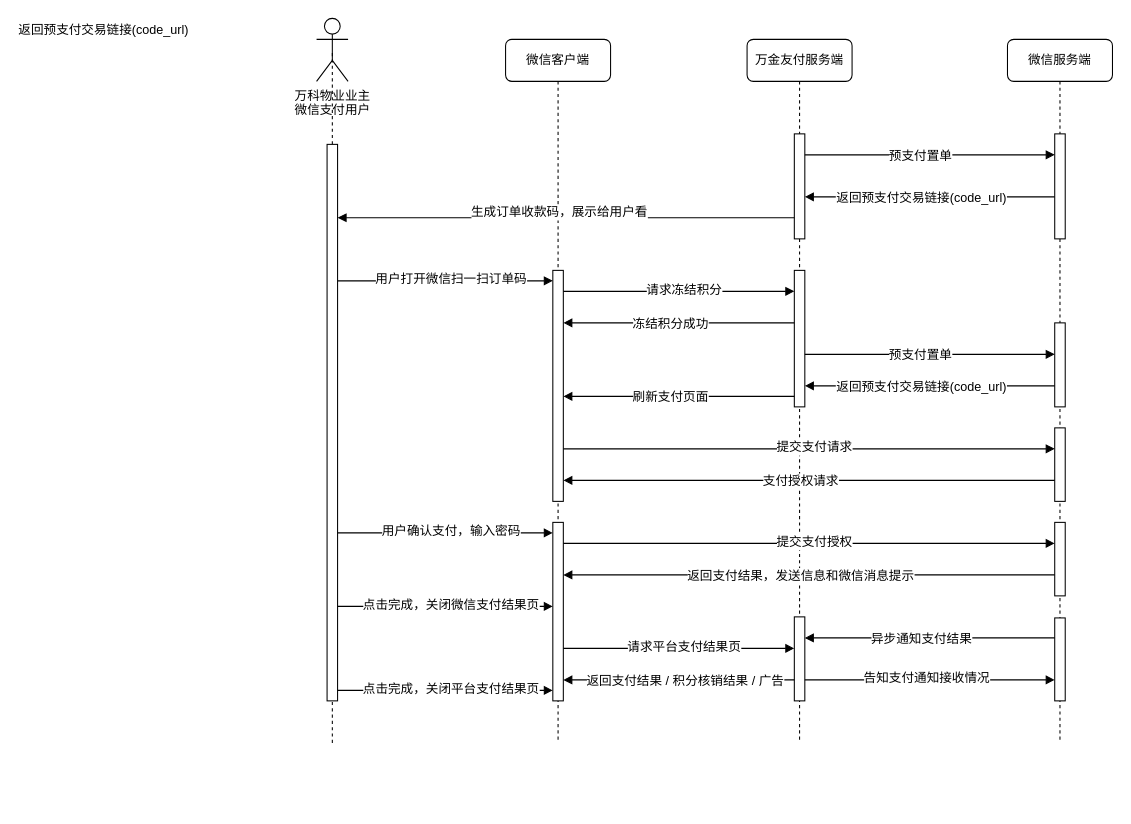
Before: page "场景4-万金友会员物业支付" (4 of 5) of Untitled Diagram.drawio in firefirefirewood/Hello-World, a draw.io diagram. Source tidied: cells renumbered, new cells numbered last; positions are measured from the earlier drawing's top-left corner, leaving out a move shared by most shapes. Both pictures are drawn from the tidied source at 105%, with x=0, y=0 at pixel (316, 18).
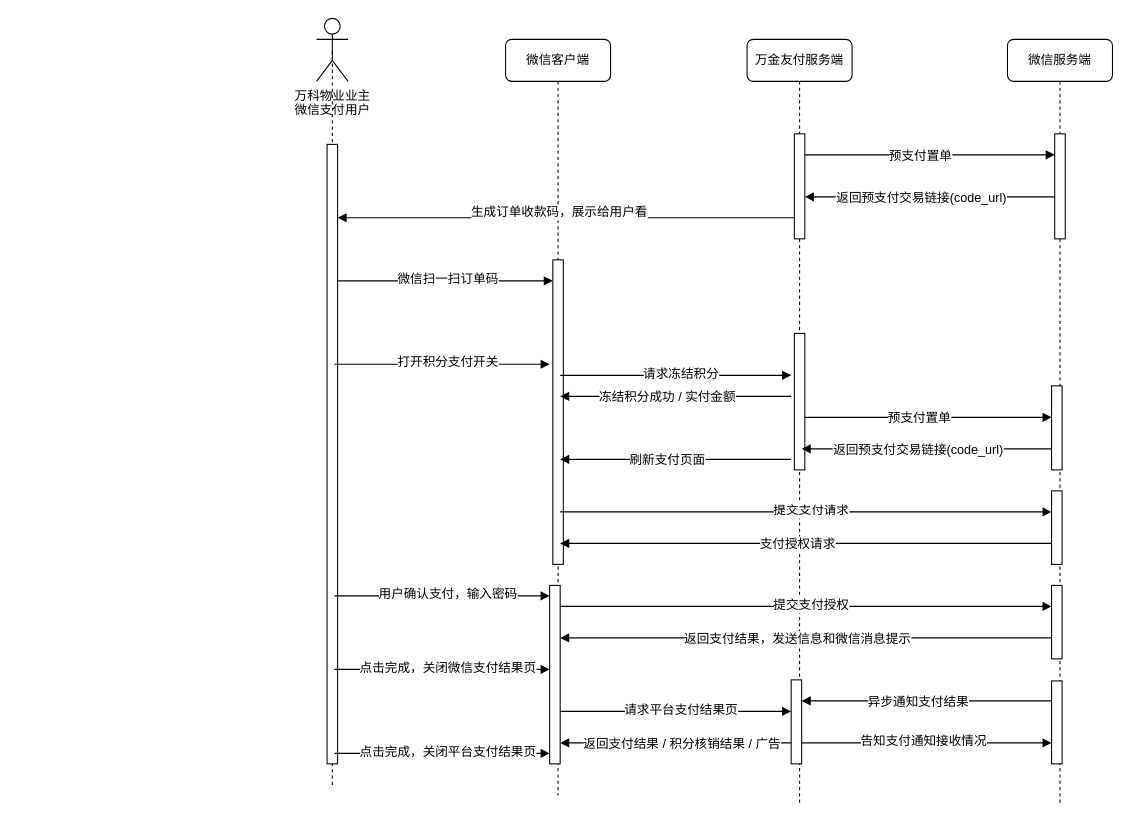
Above is the later version.

Unchanged cells that the change refers to:
```xml
<mxCell id="18" value="万科物业业主&lt;br&gt;微信支付用户" style="shape=umlActor;verticalLabelPosition=bottom;labelBackgroundColor=#ffffff;verticalAlign=top;html=1;outlineConnect=0;" parent="1" vertex="1">
  <mxGeometry width="30" height="60" as="geometry" />
</mxCell>
```

The edit, as a diff of the source:
```diff
@@
     <mxCell id="2" value="万金友付服务端" style="shape=umlLifeline;perimeter=lifelinePerimeter;whiteSpace=wrap;html=1;rounded=1;shadow=0;comic=0;labelBackgroundColor=none;strokeWidth=1;fontFamily=Verdana;fontSize=12;align=center;" parent="1" vertex="1">
-      <mxGeometry x="410" y="20" width="100" height="670" as="geometry" />
+      <mxGeometry x="410" y="20" width="100" height="730" as="geometry" />
     </mxCell>
@@
     <mxCell id="4" style="html=1;points=[];perimeter=orthogonalPerimeter;rounded=0;shadow=0;comic=0;labelBackgroundColor=none;strokeWidth=1;fontFamily=Verdana;fontSize=12;align=center;" parent="2" vertex="1">
-      <mxGeometry x="45" y="220" width="10" height="130" as="geometry" />
+      <mxGeometry x="45" y="280" width="10" height="130" as="geometry" />
     </mxCell>
     <mxCell id="5" style="html=1;perimeter=orthogonalPerimeter;rounded=0;shadow=0;comic=0;labelBackgroundColor=none;strokeWidth=1;fontFamily=Verdana;fontSize=12;align=center;" parent="2" vertex="1">
-      <mxGeometry x="45" y="550" width="10" height="80" as="geometry" />
+      <mxGeometry x="42" y="610" width="10" height="80" as="geometry" />
     </mxCell>
     <mxCell id="6" value="微信服务端" style="shape=umlLifeline;perimeter=lifelinePerimeter;whiteSpace=wrap;html=1;rounded=1;shadow=0;comic=0;labelBackgroundColor=none;strokeWidth=1;fontFamily=Verdana;fontSize=12;align=center;" parent="1" vertex="1">
-      <mxGeometry x="658" y="20" width="100" height="670" as="geometry" />
+      <mxGeometry x="658" y="20" width="100" height="730" as="geometry" />
     </mxCell>
@@
     <mxCell id="8" style="html=1;points=[];perimeter=orthogonalPerimeter;rounded=0;shadow=0;comic=0;labelBackgroundColor=none;strokeWidth=1;fontFamily=Verdana;fontSize=12;align=center;" parent="6" vertex="1">
-      <mxGeometry x="45" y="370" width="10" height="70" as="geometry" />
+      <mxGeometry x="42" y="430" width="10" height="70" as="geometry" />
     </mxCell>
     <mxCell id="9" style="html=1;perimeter=orthogonalPerimeter;rounded=0;shadow=0;comic=0;labelBackgroundColor=none;strokeWidth=1;fontFamily=Verdana;fontSize=12;align=center;" parent="6" vertex="1">
-      <mxGeometry x="45" y="460" width="10" height="70" as="geometry" />
+      <mxGeometry x="42" y="520" width="10" height="70" as="geometry" />
     </mxCell>
     <mxCell id="10" style="html=1;perimeter=orthogonalPerimeter;rounded=0;shadow=0;comic=0;labelBackgroundColor=none;strokeWidth=1;fontFamily=Verdana;fontSize=12;align=center;" parent="6" vertex="1">
-      <mxGeometry x="45" y="551" width="10" height="79" as="geometry" />
+      <mxGeometry x="42" y="611" width="10" height="79" as="geometry" />
     </mxCell>
     <mxCell id="11" value="微信客户端" style="shape=umlLifeline;perimeter=lifelinePerimeter;whiteSpace=wrap;html=1;rounded=1;shadow=0;comic=0;labelBackgroundColor=none;strokeWidth=1;fontFamily=Verdana;fontSize=12;align=center;" parent="1" vertex="1">
-      <mxGeometry x="180" y="20" width="100" height="670" as="geometry" />
+      <mxGeometry x="180" y="20" width="100" height="720" as="geometry" />
     </mxCell>
+    <mxCell id="13" style="html=1;perimeter=orthogonalPerimeter;rounded=0;shadow=0;comic=0;labelBackgroundColor=none;strokeWidth=1;fontFamily=Verdana;fontSize=12;align=center;" parent="11" vertex="1">
+      <mxGeometry x="42" y="520" width="10" height="170" as="geometry" />
+    </mxCell>
     <mxCell id="12" style="html=1;points=[];perimeter=orthogonalPerimeter;rounded=0;shadow=0;comic=0;labelBackgroundColor=none;strokeWidth=1;fontFamily=Verdana;fontSize=12;align=center;" parent="11" vertex="1">
-      <mxGeometry x="45" y="220" width="10" height="220" as="geometry" />
+      <mxGeometry x="45" y="210" width="10" height="290" as="geometry" />
     </mxCell>
-    <mxCell id="13" style="html=1;perimeter=orthogonalPerimeter;rounded=0;shadow=0;comic=0;labelBackgroundColor=none;strokeWidth=1;fontFamily=Verdana;fontSize=12;align=center;" parent="11" vertex="1">
-      <mxGeometry x="45" y="460" width="10" height="170" as="geometry" />
-    </mxCell>
     <mxCell id="14" style="html=1;verticalAlign=bottom;endArrow=block;labelBackgroundColor=none;fontFamily=Verdana;fontSize=12;elbow=vertical;" parent="1" edge="1" target="12">
       <mxGeometry relative="1" as="geometry">
-        <mxPoint x="20" y="250" as="sourcePoint" />
-        <Array as="points">
-          <mxPoint x="200" y="250" />
-        </Array>
+        <mxPoint x="15" y="250" as="sourcePoint" />
       </mxGeometry>
     </mxCell>
-    <mxCell id="15" value="用户打开微信扫一扫订单码" style="text;html=1;align=center;verticalAlign=middle;labelBackgroundColor=#ffffff;" parent="14" vertex="1">
+    <mxCell id="15" value="微信扫一扫订单码" style="text;html=1;align=center;verticalAlign=middle;labelBackgroundColor=#ffffff;" parent="14" vertex="1">
       <mxGeometry y="-10" relative="1" as="geometry">
         <mxPoint x="4.5" y="-12" as="offset" />
       </mxGeometry>
     </mxCell>
@@
     <mxCell id="19" style="endArrow=none;dashed=1;html=1;strokeColor=#000000;entryX=0.5;entryY=0.5;entryDx=0;entryDy=0;entryPerimeter=0;" parent="1" edge="1" target="18">
       <mxGeometry relative="1" as="geometry">
-        <mxPoint x="15" y="690" as="sourcePoint" />
+        <mxPoint x="15" y="730" as="sourcePoint" />
       </mxGeometry>
     </mxCell>
     <mxCell id="20" style="html=1;perimeter=orthogonalPerimeter;rounded=0;shadow=0;comic=0;labelBackgroundColor=none;strokeWidth=1;fontFamily=Verdana;fontSize=12;align=center;" parent="1" vertex="1">
-      <mxGeometry x="10" y="120" width="10" height="530" as="geometry" />
+      <mxGeometry x="10" y="120" width="10" height="590" as="geometry" />
     </mxCell>
@@
-    <mxCell id="25" style="html=1;verticalAlign=bottom;endArrow=block;labelBackgroundColor=none;fontFamily=Verdana;fontSize=12;elbow=vertical;" parent="1" edge="1" source="12" target="4">
+    <mxCell id="25" style="html=1;verticalAlign=bottom;endArrow=block;labelBackgroundColor=none;fontFamily=Verdana;fontSize=12;elbow=vertical;" parent="1" edge="1">
       <mxGeometry relative="1" as="geometry">
+        <mxPoint x="232" y="340" as="sourcePoint" />
+        <mxPoint x="452" y="340" as="targetPoint" />
         <Array as="points">
-          <mxPoint x="430" y="260" />
+          <mxPoint x="427" y="340" />
         </Array>
       </mxGeometry>
     </mxCell>
@@
     <mxCell id="27" style="html=1;verticalAlign=bottom;endArrow=block;labelBackgroundColor=none;fontFamily=Verdana;fontSize=12;elbow=vertical;" parent="1" edge="1">
       <mxGeometry relative="1" as="geometry">
-        <mxPoint x="455" y="290" as="sourcePoint" />
-        <mxPoint x="235" y="290" as="targetPoint" />
+        <mxPoint x="452" y="360" as="sourcePoint" />
+        <mxPoint x="232" y="360" as="targetPoint" />
       </mxGeometry>
     </mxCell>
-    <mxCell id="28" value="冻结积分成功" style="text;html=1;align=center;verticalAlign=middle;labelBackgroundColor=#ffffff;" parent="27" vertex="1">
+    <mxCell id="28" value="冻结积分成功 /&amp;nbsp;实付金额" style="text;html=1;align=center;verticalAlign=middle;labelBackgroundColor=#ffffff;" parent="27" vertex="1">
       <mxGeometry y="-10" relative="1" as="geometry">
         <mxPoint x="-9" y="10" as="offset" />
       </mxGeometry>
     </mxCell>
     <mxCell id="29" style="html=1;points=[];perimeter=orthogonalPerimeter;rounded=0;shadow=0;comic=0;labelBackgroundColor=none;strokeWidth=1;fontFamily=Verdana;fontSize=12;align=center;" parent="1" vertex="1">
-      <mxGeometry x="703" y="290" width="10" height="80" as="geometry" />
+      <mxGeometry x="700" y="350" width="10" height="80" as="geometry" />
     </mxCell>
     <mxCell id="30" style="html=1;verticalAlign=bottom;endArrow=block;labelBackgroundColor=none;fontFamily=Verdana;fontSize=12;elbow=vertical;" parent="1" edge="1" source="4" target="29">
       <mxGeometry relative="1" as="geometry">
         <Array as="points">
-          <mxPoint x="640" y="320" />
+          <mxPoint x="637" y="380" />
         </Array>
       </mxGeometry>
     </mxCell>
@@
     <mxCell id="32" style="html=1;verticalAlign=bottom;endArrow=block;labelBackgroundColor=none;fontFamily=Verdana;fontSize=12;elbow=vertical;" parent="1" edge="1">
       <mxGeometry relative="1" as="geometry">
-        <mxPoint x="703" y="350" as="sourcePoint" />
-        <mxPoint x="465" y="350" as="targetPoint" />
+        <mxPoint x="700" y="410" as="sourcePoint" />
+        <mxPoint x="462" y="410" as="targetPoint" />
       </mxGeometry>
     </mxCell>
@@
     <mxCell id="34" style="html=1;verticalAlign=bottom;endArrow=block;labelBackgroundColor=none;fontFamily=Verdana;fontSize=12;elbow=vertical;" parent="1" edge="1" target="8">
       <mxGeometry relative="1" as="geometry">
-        <mxPoint x="235" y="410" as="sourcePoint" />
+        <mxPoint x="232" y="470" as="sourcePoint" />
       </mxGeometry>
     </mxCell>
@@
     <mxCell id="36" style="html=1;verticalAlign=bottom;endArrow=block;labelBackgroundColor=none;fontFamily=Verdana;fontSize=12;elbow=vertical;" parent="1" edge="1">
       <mxGeometry relative="1" as="geometry">
-        <mxPoint x="703" y="440" as="sourcePoint" />
-        <mxPoint x="235" y="440" as="targetPoint" />
+        <mxPoint x="700" y="500" as="sourcePoint" />
+        <mxPoint x="232" y="500" as="targetPoint" />
       </mxGeometry>
     </mxCell>
@@
     <mxCell id="38" style="html=1;verticalAlign=bottom;endArrow=block;labelBackgroundColor=none;fontFamily=Verdana;fontSize=12;elbow=vertical;" parent="1" edge="1">
       <mxGeometry relative="1" as="geometry">
-        <mxPoint x="20" y="490" as="sourcePoint" />
-        <mxPoint x="225" y="490" as="targetPoint" />
+        <mxPoint x="17" y="550" as="sourcePoint" />
+        <mxPoint x="222" y="550" as="targetPoint" />
       </mxGeometry>
     </mxCell>
@@
-    <mxCell id="40" value="返回预支付交易链接(code_url)" style="text;html=1;align=center;verticalAlign=middle;labelBackgroundColor=#ffffff;" parent="1" vertex="1">
-      <mxGeometry y="-10" relative="1" as="geometry">
-        <mxPoint x="-203.5" y="10" as="offset" />
-      </mxGeometry>
-    </mxCell>
     <mxCell id="41" style="html=1;verticalAlign=bottom;endArrow=block;labelBackgroundColor=none;fontFamily=Verdana;fontSize=12;elbow=vertical;" parent="1" edge="1">
       <mxGeometry relative="1" as="geometry">
-        <mxPoint x="455" y="360" as="sourcePoint" />
-        <mxPoint x="235" y="360" as="targetPoint" />
+        <mxPoint x="452" y="420" as="sourcePoint" />
+        <mxPoint x="232" y="420" as="targetPoint" />
       </mxGeometry>
     </mxCell>
@@
     <mxCell id="43" style="html=1;verticalAlign=bottom;endArrow=block;labelBackgroundColor=none;fontFamily=Verdana;fontSize=12;elbow=vertical;" parent="1" edge="1">
       <mxGeometry relative="1" as="geometry">
-        <mxPoint x="235" y="500" as="sourcePoint" />
-        <mxPoint x="703" y="500" as="targetPoint" />
+        <mxPoint x="232" y="560" as="sourcePoint" />
+        <mxPoint x="700" y="560" as="targetPoint" />
       </mxGeometry>
     </mxCell>
@@
     <mxCell id="45" style="html=1;verticalAlign=bottom;endArrow=block;labelBackgroundColor=none;fontFamily=Verdana;fontSize=12;elbow=vertical;" parent="1" edge="1">
       <mxGeometry relative="1" as="geometry">
-        <mxPoint x="703" y="530" as="sourcePoint" />
-        <mxPoint x="235" y="530" as="targetPoint" />
+        <mxPoint x="700" y="590" as="sourcePoint" />
+        <mxPoint x="232" y="590" as="targetPoint" />
       </mxGeometry>
     </mxCell>
@@
     <mxCell id="47" style="html=1;verticalAlign=bottom;endArrow=block;labelBackgroundColor=none;fontFamily=Verdana;fontSize=12;elbow=vertical;" parent="1" edge="1">
       <mxGeometry relative="1" as="geometry">
-        <mxPoint x="465" y="630" as="sourcePoint" />
-        <mxPoint x="703" y="630" as="targetPoint" />
+        <mxPoint x="462" y="690" as="sourcePoint" />
+        <mxPoint x="700" y="690" as="targetPoint" />
         <Array as="points">
-          <mxPoint x="640" y="630" />
+          <mxPoint x="637" y="690" />
         </Array>
       </mxGeometry>
     </mxCell>
@@
     <mxCell id="49" style="html=1;verticalAlign=bottom;endArrow=block;labelBackgroundColor=none;fontFamily=Verdana;fontSize=12;elbow=vertical;" parent="1" edge="1">
       <mxGeometry relative="1" as="geometry">
-        <mxPoint x="703" y="590" as="sourcePoint" />
-        <mxPoint x="465" y="590" as="targetPoint" />
+        <mxPoint x="700" y="650" as="sourcePoint" />
+        <mxPoint x="462" y="650" as="targetPoint" />
       </mxGeometry>
     </mxCell>
@@
     <mxCell id="51" style="html=1;verticalAlign=bottom;endArrow=block;labelBackgroundColor=none;fontFamily=Verdana;fontSize=12;elbow=vertical;" parent="1" edge="1">
       <mxGeometry relative="1" as="geometry">
-        <mxPoint x="20" y="560" as="sourcePoint" />
-        <mxPoint x="225" y="560" as="targetPoint" />
+        <mxPoint x="17" y="620" as="sourcePoint" />
+        <mxPoint x="222" y="620" as="targetPoint" />
       </mxGeometry>
     </mxCell>
@@
     <mxCell id="53" style="html=1;verticalAlign=bottom;endArrow=block;labelBackgroundColor=none;fontFamily=Verdana;fontSize=12;elbow=vertical;" parent="1" edge="1">
       <mxGeometry relative="1" as="geometry">
-        <mxPoint x="235" y="600" as="sourcePoint" />
-        <mxPoint x="455" y="600" as="targetPoint" />
+        <mxPoint x="232" y="660" as="sourcePoint" />
+        <mxPoint x="452" y="660" as="targetPoint" />
       </mxGeometry>
     </mxCell>
@@
     <mxCell id="55" style="html=1;verticalAlign=bottom;endArrow=block;labelBackgroundColor=none;fontFamily=Verdana;fontSize=12;elbow=vertical;" parent="1" edge="1">
       <mxGeometry relative="1" as="geometry">
-        <mxPoint x="455" y="630" as="sourcePoint" />
-        <mxPoint x="235" y="630" as="targetPoint" />
+        <mxPoint x="452" y="690" as="sourcePoint" />
+        <mxPoint x="232" y="690" as="targetPoint" />
       </mxGeometry>
     </mxCell>
@@
     <mxCell id="57" style="html=1;verticalAlign=bottom;endArrow=block;labelBackgroundColor=none;fontFamily=Verdana;fontSize=12;elbow=vertical;" parent="1" edge="1">
       <mxGeometry relative="1" as="geometry">
-        <mxPoint x="20" y="640" as="sourcePoint" />
-        <mxPoint x="225" y="640" as="targetPoint" />
+        <mxPoint x="17" y="700" as="sourcePoint" />
+        <mxPoint x="222" y="700" as="targetPoint" />
       </mxGeometry>
     </mxCell>
@@
+    <mxCell id="59" style="html=1;verticalAlign=bottom;endArrow=block;labelBackgroundColor=none;fontFamily=Verdana;fontSize=12;elbow=vertical;" parent="1" edge="1">
+      <mxGeometry relative="1" as="geometry">
+        <mxPoint x="17" y="329.5" as="sourcePoint" />
+        <mxPoint x="222" y="329.5" as="targetPoint" />
+        <Array as="points">
+          <mxPoint x="197" y="329.5" />
+        </Array>
+      </mxGeometry>
+    </mxCell>
+    <mxCell id="60" value="打开积分支付开关" style="text;html=1;align=center;verticalAlign=middle;labelBackgroundColor=#ffffff;" parent="59" vertex="1">
+      <mxGeometry y="-10" relative="1" as="geometry">
+        <mxPoint x="4.5" y="-12" as="offset" />
+      </mxGeometry>
+    </mxCell>
```
